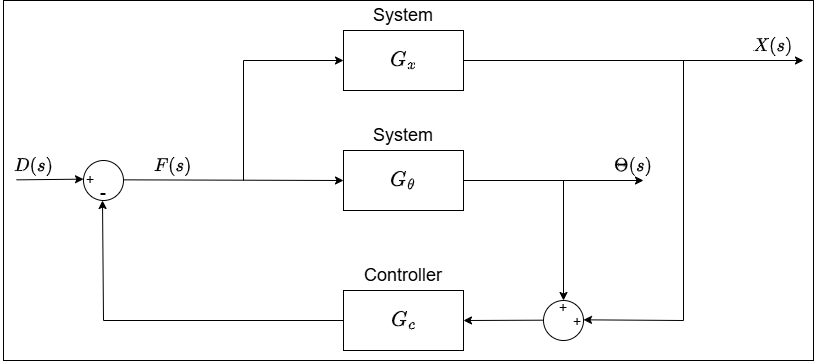
Earlier version of the draw.io export ControlledX.drawio.png (ollie3951/ELE2038-Control-Lab). Source tidied: cells renumbered, new cells last; positions are measured from the earlier drawing's top-left corner, leaving out a move shared by most shapes. The source it was exported from:
```xml
<mxGraphModel math="1">
  <root>
    <mxCell id="0" />
    <mxCell id="1" parent="0" />
    <mxCell id="2" style="rounded=0;whiteSpace=wrap;html=1;" parent="1" vertex="1">
      <mxGeometry width="810" height="360" as="geometry" />
    </mxCell>
    <mxCell id="3" style="rounded=0;whiteSpace=wrap;html=1;" parent="1" vertex="1">
      <mxGeometry x="340" y="290" width="120" height="60" as="geometry" />
    </mxCell>
    <mxCell id="4" value="$$G_c$$" style="text;html=1;align=center;verticalAlign=middle;whiteSpace=wrap;rounded=0;fontSize=18;" parent="1" vertex="1">
      <mxGeometry x="370" y="305" width="60" height="30" as="geometry" />
    </mxCell>
    <mxCell id="5" value="Controller" style="text;html=1;align=center;verticalAlign=middle;whiteSpace=wrap;rounded=0;fontSize=18;fontColor=#000000;" parent="1" vertex="1">
      <mxGeometry x="370" y="260" width="60" height="30" as="geometry" />
    </mxCell>
    <mxCell id="6" value="$$F(s)$$" style="text;html=1;align=center;verticalAlign=middle;whiteSpace=wrap;rounded=0;fontSize=16;" parent="1" vertex="1">
      <mxGeometry x="140" y="150" width="60" height="30" as="geometry" />
    </mxCell>
    <mxCell id="7" style="rounded=0;whiteSpace=wrap;html=1;" parent="1" vertex="1">
      <mxGeometry x="340" y="150" width="120" height="60" as="geometry" />
    </mxCell>
    <mxCell id="8" value="$$G_\theta$$" style="text;html=1;align=center;verticalAlign=middle;whiteSpace=wrap;rounded=0;fontSize=18;" parent="1" vertex="1">
      <mxGeometry x="370" y="165" width="60" height="30" as="geometry" />
    </mxCell>
    <mxCell id="9" style="endArrow=classic;html=1;rounded=0;" parent="1" edge="1">
      <mxGeometry relative="1" as="geometry">
        <mxPoint x="460" y="180" as="sourcePoint" />
        <mxPoint x="640" y="180" as="targetPoint" />
      </mxGeometry>
    </mxCell>
    <mxCell id="10" value="$$\Theta(s)$$" style="text;html=1;align=center;verticalAlign=middle;whiteSpace=wrap;rounded=0;fontSize=16;" parent="1" vertex="1">
      <mxGeometry x="600" y="150" width="60" height="30" as="geometry" />
    </mxCell>
    <mxCell id="11" value="System" style="text;html=1;align=center;verticalAlign=middle;whiteSpace=wrap;rounded=0;fontSize=18;fontColor=#000000;" parent="1" vertex="1">
      <mxGeometry x="370" y="120" width="60" height="30" as="geometry" />
    </mxCell>
    <mxCell id="12" style="ellipse;whiteSpace=wrap;html=1;" parent="1" vertex="1">
      <mxGeometry x="80" y="160" width="40" height="40" as="geometry" />
    </mxCell>
    <mxCell id="13" value="+" style="text;html=1;align=center;verticalAlign=middle;whiteSpace=wrap;rounded=0;fontSize=14;" parent="1" vertex="1">
      <mxGeometry x="57" y="164" width="60" height="30" as="geometry" />
    </mxCell>
    <mxCell id="14" value="-" style="text;html=1;align=center;verticalAlign=middle;whiteSpace=wrap;rounded=0;fontSize=18;" parent="1" vertex="1">
      <mxGeometry x="70" y="177" width="60" height="30" as="geometry" />
    </mxCell>
    <mxCell id="15" style="endArrow=classic;html=1;rounded=0;" parent="1" edge="1">
      <mxGeometry relative="1" as="geometry">
        <mxPoint x="13" y="179.4" as="sourcePoint" />
        <mxPoint x="80" y="178.7" as="targetPoint" />
      </mxGeometry>
    </mxCell>
    <mxCell id="16" value="$$D(s)$$" style="text;html=1;align=center;verticalAlign=middle;whiteSpace=wrap;rounded=0;fontSize=16;" parent="1" vertex="1">
      <mxGeometry y="150" width="60" height="30" as="geometry" />
    </mxCell>
    <mxCell id="17" style="endArrow=classic;html=1;rounded=0;entryX=0;entryY=0.5;entryDx=0;entryDy=0;exitX=0.828;exitY=0.078;exitDx=0;exitDy=0;exitPerimeter=0;" parent="1" edge="1" source="14" target="7">
      <mxGeometry relative="1" as="geometry" />
    </mxCell>
    <mxCell id="18" style="endArrow=classic;html=1;rounded=0;" parent="1" edge="1">
      <mxGeometry relative="1" as="geometry">
        <mxPoint x="560" y="180" as="sourcePoint" />
        <mxPoint x="560" y="300" as="targetPoint" />
      </mxGeometry>
    </mxCell>
    <mxCell id="19" style="endArrow=classic;html=1;rounded=0;entryX=1;entryY=0.5;entryDx=0;entryDy=0;exitX=0.17;exitY=0.923;exitDx=0;exitDy=0;exitPerimeter=0;" parent="1" edge="1" source="30" target="3">
      <mxGeometry relative="1" as="geometry" />
    </mxCell>
    <mxCell id="20" style="endArrow=classic;html=1;rounded=0;exitX=0;exitY=0.5;exitDx=0;exitDy=0;" parent="1" edge="1" source="3">
      <mxGeometry relative="1" as="geometry">
        <mxPoint x="99" y="200" as="targetPoint" />
        <Array as="points">
          <mxPoint x="100" y="320" />
        </Array>
      </mxGeometry>
    </mxCell>
    <mxCell id="21" style="endArrow=classic;html=1;rounded=0;" parent="1" edge="1">
      <mxGeometry relative="1" as="geometry">
        <mxPoint x="240" y="180" as="sourcePoint" />
        <mxPoint x="340" y="60" as="targetPoint" />
        <Array as="points">
          <mxPoint x="240" y="60" />
        </Array>
      </mxGeometry>
    </mxCell>
    <mxCell id="22" style="rounded=0;whiteSpace=wrap;html=1;" parent="1" vertex="1">
      <mxGeometry x="340" y="30" width="120" height="60" as="geometry" />
    </mxCell>
    <mxCell id="23" value="System" style="text;html=1;align=center;verticalAlign=middle;whiteSpace=wrap;rounded=0;fontSize=18;fontColor=#000000;" parent="1" vertex="1">
      <mxGeometry x="370" width="60" height="30" as="geometry" />
    </mxCell>
    <mxCell id="24" value="$$G_x$$" style="text;html=1;align=center;verticalAlign=middle;whiteSpace=wrap;rounded=0;fontSize=18;" parent="1" vertex="1">
      <mxGeometry x="370" y="45" width="60" height="30" as="geometry" />
    </mxCell>
    <mxCell id="25" style="endArrow=classic;html=1;rounded=0;" parent="1" edge="1">
      <mxGeometry relative="1" as="geometry">
        <mxPoint x="460" y="60" as="sourcePoint" />
        <mxPoint x="800" y="60" as="targetPoint" />
      </mxGeometry>
    </mxCell>
    <mxCell id="26" value="$$X(s)$$" style="text;html=1;align=center;verticalAlign=middle;whiteSpace=wrap;rounded=0;fontSize=16;" parent="1" vertex="1">
      <mxGeometry x="740" y="30" width="60" height="30" as="geometry" />
    </mxCell>
    <mxCell id="27" style="ellipse;whiteSpace=wrap;html=1;" parent="1" vertex="1">
      <mxGeometry x="540" y="300" width="40" height="40" as="geometry" />
    </mxCell>
    <mxCell id="28" style="endArrow=classic;html=1;rounded=0;entryX=0.833;entryY=0.911;entryDx=0;entryDy=0;entryPerimeter=0;" parent="1" edge="1" target="30">
      <mxGeometry relative="1" as="geometry">
        <mxPoint x="680" y="60" as="sourcePoint" />
        <Array as="points">
          <mxPoint x="680" y="320" />
        </Array>
      </mxGeometry>
    </mxCell>
    <mxCell id="29" value="+" style="text;html=1;align=center;verticalAlign=middle;whiteSpace=wrap;rounded=0;fontSize=14;" parent="1" vertex="1">
      <mxGeometry x="544" y="306" width="60" height="30" as="geometry" />
    </mxCell>
    <mxCell id="30" value="+" style="text;html=1;align=center;verticalAlign=middle;whiteSpace=wrap;rounded=0;fontSize=14;" parent="1" vertex="1">
      <mxGeometry x="530" y="292" width="60" height="30" as="geometry" />
    </mxCell>
  </root>
</mxGraphModel>
```
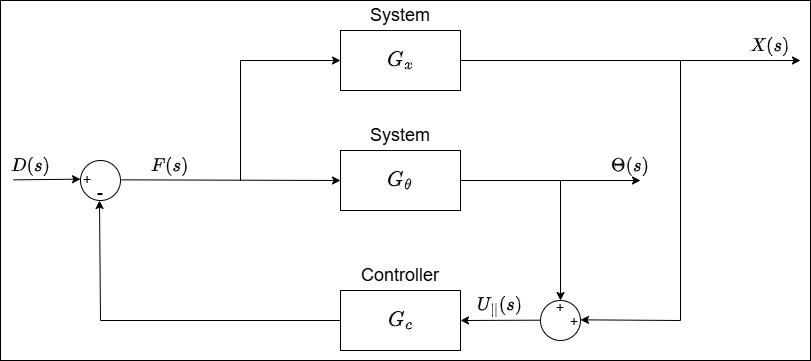
The same diagram one commit later.

The edit, as a diff of the source:
```diff
@@ -117,5 +117,8 @@
     <mxCell id="30" value="+" style="text;html=1;align=center;verticalAlign=middle;whiteSpace=wrap;rounded=0;fontSize=14;" parent="1" vertex="1">
       <mxGeometry x="530" y="292" width="60" height="30" as="geometry" />
     </mxCell>
+    <mxCell id="31" value="$$U_{||}(s)$$" style="text;html=1;align=center;verticalAlign=middle;whiteSpace=wrap;rounded=0;fontSize=16;" parent="1" vertex="1">
+      <mxGeometry x="470" y="290" width="60" height="30" as="geometry" />
+    </mxCell>
   </root>
 </mxGraphModel>
```
